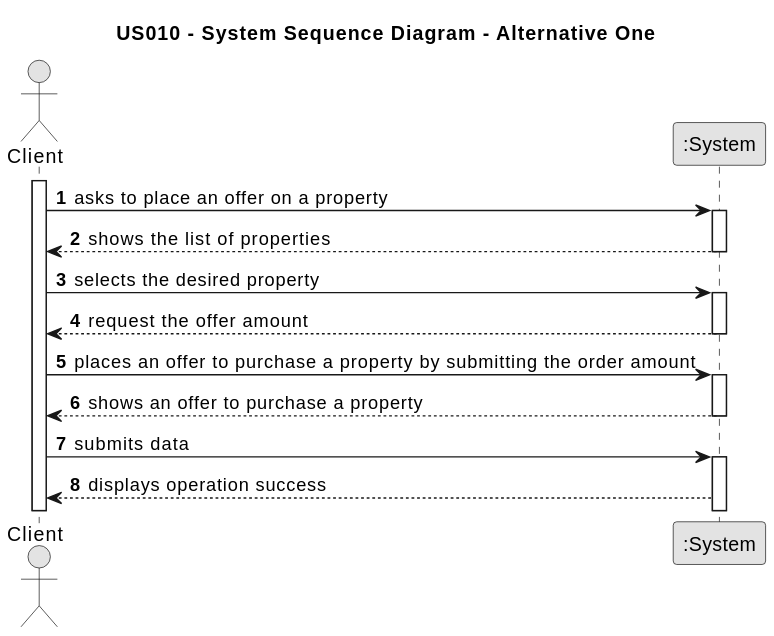
Earlier version of the PlantUML export docs/sprintD/US010/01.requirements-engineering/svg/us010-system-sequence-diagram-alternative-one.svg (PureNimble/ISEP-LAPR2). Source of this version:
```plantuml
@startuml
skinparam monochrome true
skinparam packageStyle rectangle
skinparam shadowing false

title US010 - System Sequence Diagram - Alternative One

autonumber

actor "Client" as Client
participant ":System" as System

activate Client

Client -> System : asks to place an offer on a property
activate System

System --> Client : shows the list of properties
deactivate System

Client -> System : selects the desired property
activate System

System --> Client : request the offer amount
deactivate System

Client -> System : places an offer to purchase a property by submitting the order amount
activate System

System --> Client : shows an offer to purchase a property
deactivate System

Client -> System : submits data
activate System

System --> Client : displays operation success
@enduml
```
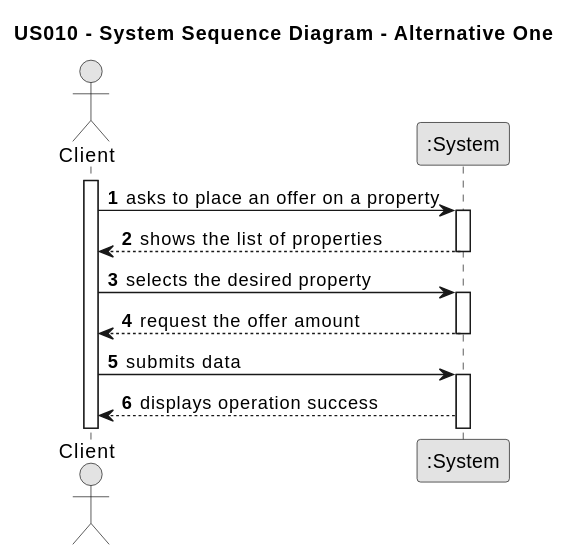
After the commit.

Diff of the diagram source:
```diff
@@ -24,11 +24,6 @@
 System --> Client : request the offer amount
 deactivate System
 
-Client -> System : places an offer to purchase a property by submitting the order amount
-activate System
-
-System --> Client : shows an offer to purchase a property
-deactivate System
 
 Client -> System : submits data
 activate System
```
